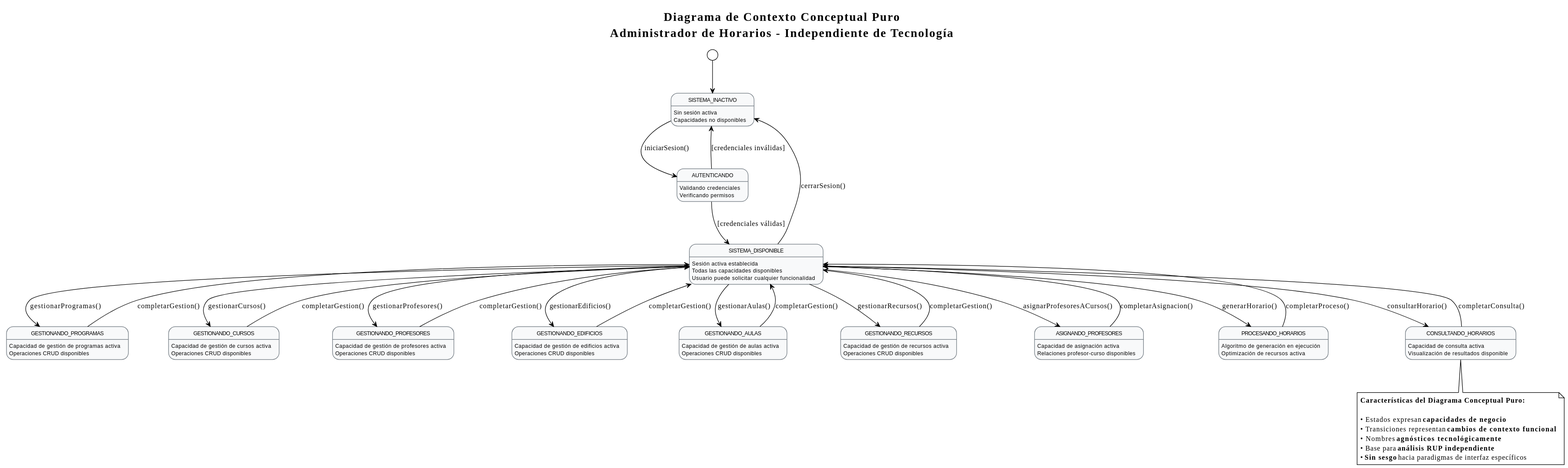
Above: images/extraDocs/007-diagramas-contexto-multiples-tecnologias/diagrama-conceptual-puro.svg in Hexcss/scheduler (PlantUML), before the change.
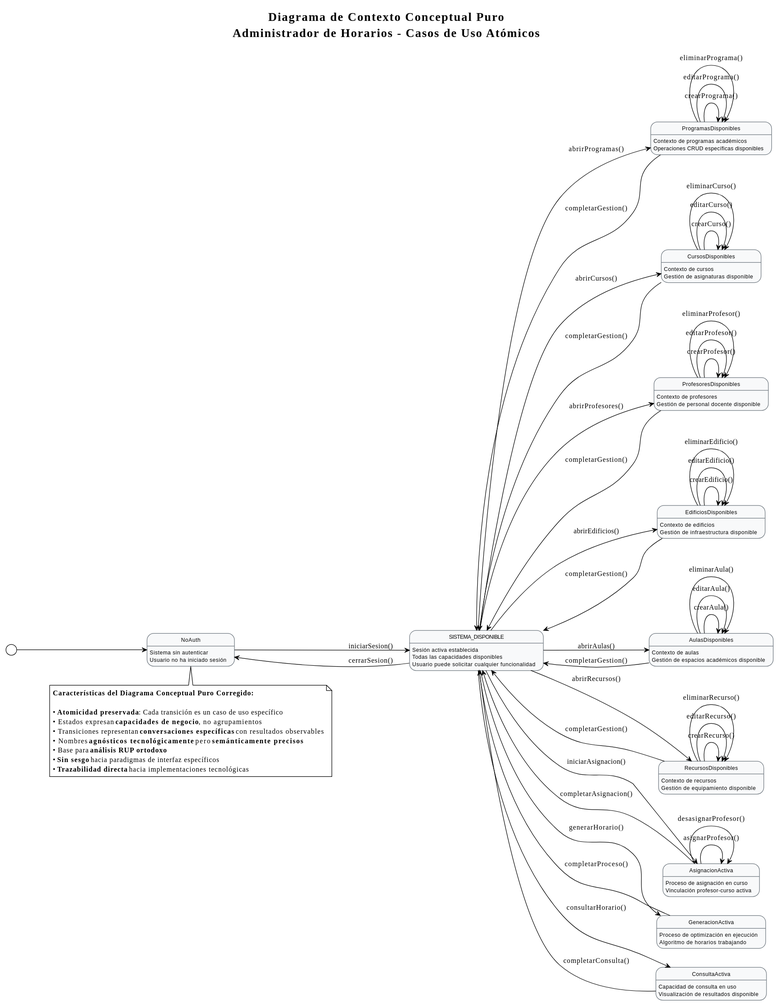
After the change.

Commit message:
docs(articulo): actualizar contenido sobre diagramas de contexto múltiples

Change to the diagram source:
```diff
@@ -1,4 +1,5 @@
 @startuml
+left to right direction
 !theme plain
 skinparam state {
   BackgroundColor #F8F9FA
@@ -7,24 +8,14 @@
   FontSize 10
 }
 
-title Diagrama de Contexto Conceptual Puro\nAdministrador de Horarios - Independiente de Tecnología
+title Diagrama de Contexto Conceptual Puro\nAdministrador de Horarios - Casos de Uso Atómicos
 
-[*] --> SISTEMA_INACTIVO
+[*] --> NoAuth
 
-state SISTEMA_INACTIVO {
-  SISTEMA_INACTIVO : Sin sesión activa
-  SISTEMA_INACTIVO : Capacidades no disponibles
+state NoAuth {
+  NoAuth : Sistema sin autenticar
+  NoAuth : Usuario no ha iniciado sesión
 }
-
-SISTEMA_INACTIVO --> AUTENTICANDO : iniciarSesion()
-
-state AUTENTICANDO {
-  AUTENTICANDO : Validando credenciales
-  AUTENTICANDO : Verificando permisos
-}
-
-AUTENTICANDO --> SISTEMA_DISPONIBLE : [credenciales válidas]
-AUTENTICANDO --> SISTEMA_INACTIVO : [credenciales inválidas]
 
 state SISTEMA_DISPONIBLE {
   SISTEMA_DISPONIBLE : Sesión activa establecida
@@ -32,80 +23,110 @@
   SISTEMA_DISPONIBLE : Usuario puede solicitar cualquier funcionalidad
 }
 
-SISTEMA_DISPONIBLE --> GESTIONANDO_PROGRAMAS : gestionarProgramas()
-SISTEMA_DISPONIBLE --> GESTIONANDO_CURSOS : gestionarCursos()
-SISTEMA_DISPONIBLE --> GESTIONANDO_PROFESORES : gestionarProfesores()
-SISTEMA_DISPONIBLE --> GESTIONANDO_EDIFICIOS : gestionarEdificios()
-SISTEMA_DISPONIBLE --> GESTIONANDO_AULAS : gestionarAulas()
-SISTEMA_DISPONIBLE --> GESTIONANDO_RECURSOS : gestionarRecursos()
-SISTEMA_DISPONIBLE --> ASIGNANDO_PROFESORES : asignarProfesoresACursos()
-SISTEMA_DISPONIBLE --> PROCESANDO_HORARIOS : generarHorario()
-SISTEMA_DISPONIBLE --> CONSULTANDO_HORARIOS : consultarHorario()
-
-state GESTIONANDO_PROGRAMAS {
-  GESTIONANDO_PROGRAMAS : Capacidad de gestión de programas activa
-  GESTIONANDO_PROGRAMAS : Operaciones CRUD disponibles
+state ProgramasDisponibles {
+  ProgramasDisponibles : Contexto de programas académicos
+  ProgramasDisponibles : Operaciones CRUD específicas disponibles
 }
 
-state GESTIONANDO_CURSOS {
-  GESTIONANDO_CURSOS : Capacidad de gestión de cursos activa
-  GESTIONANDO_CURSOS : Operaciones CRUD disponibles
+state CursosDisponibles {
+  CursosDisponibles : Contexto de cursos
+  CursosDisponibles : Gestión de asignaturas disponible
 }
 
-state GESTIONANDO_PROFESORES {
-  GESTIONANDO_PROFESORES : Capacidad de gestión de profesores activa
-  GESTIONANDO_PROFESORES : Operaciones CRUD disponibles
+state ProfesoresDisponibles {
+  ProfesoresDisponibles : Contexto de profesores
+  ProfesoresDisponibles : Gestión de personal docente disponible
 }
 
-state GESTIONANDO_EDIFICIOS {
-  GESTIONANDO_EDIFICIOS : Capacidad de gestión de edificios activa
-  GESTIONANDO_EDIFICIOS : Operaciones CRUD disponibles
+state EdificiosDisponibles {
+  EdificiosDisponibles : Contexto de edificios
+  EdificiosDisponibles : Gestión de infraestructura disponible
 }
 
-state GESTIONANDO_AULAS {
-  GESTIONANDO_AULAS : Capacidad de gestión de aulas activa
-  GESTIONANDO_AULAS : Operaciones CRUD disponibles
+state AulasDisponibles {
+  AulasDisponibles : Contexto de aulas
+  AulasDisponibles : Gestión de espacios académicos disponible
 }
 
-state GESTIONANDO_RECURSOS {
-  GESTIONANDO_RECURSOS : Capacidad de gestión de recursos activa
-  GESTIONANDO_RECURSOS : Operaciones CRUD disponibles
+state RecursosDisponibles {
+  RecursosDisponibles : Contexto de recursos
+  RecursosDisponibles : Gestión de equipamiento disponible
 }
 
-state ASIGNANDO_PROFESORES {
-  ASIGNANDO_PROFESORES : Capacidad de asignación activa
-  ASIGNANDO_PROFESORES : Relaciones profesor-curso disponibles
+state AsignacionActiva {
+  AsignacionActiva : Proceso de asignación en curso
+  AsignacionActiva : Vinculación profesor-curso activa
 }
 
-state PROCESANDO_HORARIOS {
-  PROCESANDO_HORARIOS : Algoritmo de generación en ejecución
-  PROCESANDO_HORARIOS : Optimización de recursos activa
+state GeneracionActiva {
+  GeneracionActiva : Proceso de optimización en ejecución
+  GeneracionActiva : Algoritmo de horarios trabajando
 }
 
-state CONSULTANDO_HORARIOS {
-  CONSULTANDO_HORARIOS : Capacidad de consulta activa
-  CONSULTANDO_HORARIOS : Visualización de resultados disponible
+state ConsultaActiva {
+  ConsultaActiva : Capacidad de consulta en uso
+  ConsultaActiva : Visualización de resultados disponible
 }
 
-GESTIONANDO_PROGRAMAS --> SISTEMA_DISPONIBLE : completarGestion()
-GESTIONANDO_CURSOS --> SISTEMA_DISPONIBLE : completarGestion()
-GESTIONANDO_PROFESORES --> SISTEMA_DISPONIBLE : completarGestion()
-GESTIONANDO_EDIFICIOS --> SISTEMA_DISPONIBLE : completarGestion()
-GESTIONANDO_AULAS --> SISTEMA_DISPONIBLE : completarGestion()
-GESTIONANDO_RECURSOS --> SISTEMA_DISPONIBLE : completarGestion()
-ASIGNANDO_PROFESORES --> SISTEMA_DISPONIBLE : completarAsignacion()
-PROCESANDO_HORARIOS --> SISTEMA_DISPONIBLE : completarProceso()
-CONSULTANDO_HORARIOS --> SISTEMA_DISPONIBLE : completarConsulta()
+NoAuth --> SISTEMA_DISPONIBLE : iniciarSesion()
+SISTEMA_DISPONIBLE --> ProgramasDisponibles : abrirProgramas()
+SISTEMA_DISPONIBLE --> CursosDisponibles : abrirCursos()
+SISTEMA_DISPONIBLE --> ProfesoresDisponibles : abrirProfesores()
+SISTEMA_DISPONIBLE --> EdificiosDisponibles : abrirEdificios()
+SISTEMA_DISPONIBLE --> AulasDisponibles : abrirAulas()
+SISTEMA_DISPONIBLE --> RecursosDisponibles : abrirRecursos()
+SISTEMA_DISPONIBLE --> AsignacionActiva : iniciarAsignacion()
+SISTEMA_DISPONIBLE --> GeneracionActiva : generarHorario()
+SISTEMA_DISPONIBLE --> ConsultaActiva : consultarHorario()
 
-SISTEMA_DISPONIBLE --> SISTEMA_INACTIVO : cerrarSesion()
+ProgramasDisponibles --> ProgramasDisponibles : crearPrograma()
+ProgramasDisponibles --> ProgramasDisponibles : editarPrograma()
+ProgramasDisponibles --> ProgramasDisponibles : eliminarPrograma()
+
+CursosDisponibles --> CursosDisponibles : crearCurso()
+CursosDisponibles --> CursosDisponibles : editarCurso()
+CursosDisponibles --> CursosDisponibles : eliminarCurso()
+
+ProfesoresDisponibles --> ProfesoresDisponibles : crearProfesor()
+ProfesoresDisponibles --> ProfesoresDisponibles : editarProfesor()
+ProfesoresDisponibles --> ProfesoresDisponibles : eliminarProfesor()
+
+EdificiosDisponibles --> EdificiosDisponibles : crearEdificio()
+EdificiosDisponibles --> EdificiosDisponibles : editarEdificio()
+EdificiosDisponibles --> EdificiosDisponibles : eliminarEdificio()
+
+AulasDisponibles --> AulasDisponibles : crearAula()
+AulasDisponibles --> AulasDisponibles : editarAula()
+AulasDisponibles --> AulasDisponibles : eliminarAula()
+
+RecursosDisponibles --> RecursosDisponibles : crearRecurso()
+RecursosDisponibles --> RecursosDisponibles : editarRecurso()
+RecursosDisponibles --> RecursosDisponibles : eliminarRecurso()
+
+AsignacionActiva --> AsignacionActiva : asignarProfesor()
+AsignacionActiva --> AsignacionActiva : desasignarProfesor()
+
+ProgramasDisponibles --> SISTEMA_DISPONIBLE : completarGestion()
+CursosDisponibles --> SISTEMA_DISPONIBLE : completarGestion()
+ProfesoresDisponibles --> SISTEMA_DISPONIBLE : completarGestion()
+EdificiosDisponibles --> SISTEMA_DISPONIBLE : completarGestion()
+AulasDisponibles --> SISTEMA_DISPONIBLE : completarGestion()
+RecursosDisponibles --> SISTEMA_DISPONIBLE : completarGestion()
+AsignacionActiva --> SISTEMA_DISPONIBLE : completarAsignacion()
+GeneracionActiva --> SISTEMA_DISPONIBLE : completarProceso()
+ConsultaActiva --> SISTEMA_DISPONIBLE : completarConsulta()
+
+SISTEMA_DISPONIBLE --> NoAuth : cerrarSesion()
 
 note bottom
-  **Características del Diagrama Conceptual Puro:**
+  **Características del Diagrama Conceptual Puro Corregido:**
 
-  • Estados expresan **capacidades de negocio**
-  • Transiciones representan **cambios de contexto funcional**
-  • Nombres **agnósticos tecnológicamente**
-  • Base para **análisis RUP independiente**
+  • **Atomicidad preservada**: Cada transición es un caso de uso específico
+  • Estados expresan **capacidades de negocio**, no agrupamientos
+  • Transiciones representan **conversaciones específicas** con resultados observables
+  • Nombres **agnósticos tecnológicamente** pero **semánticamente precisos**
+  • Base para **análisis RUP ortodoxo**
   • **Sin sesgo** hacia paradigmas de interfaz específicos
+  • **Trazabilidad directa** hacia implementaciones tecnológicas
 end note
 @enduml
```
